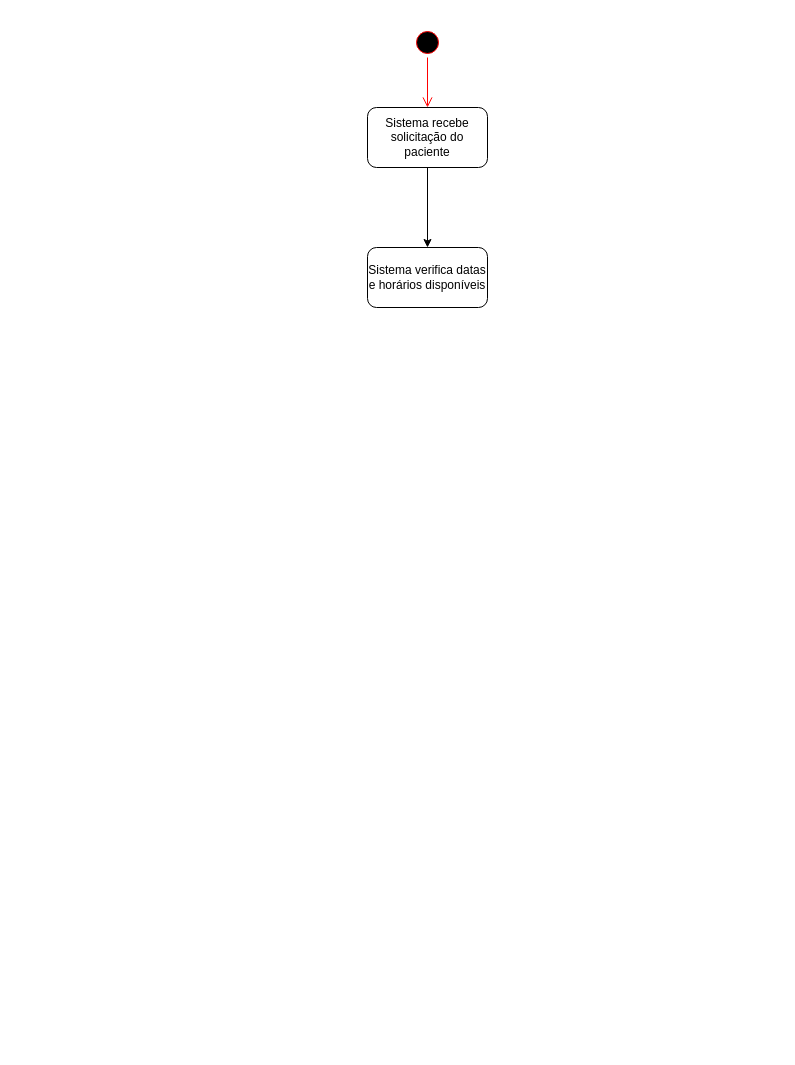
The draw.io diagram page "Atividades" (1 of 4) of Prova N2.drawio in Guilherme-Domingos/Draw.io, before the edit. Source tidied: cells renumbered, new cells numbered last; positions are measured from the earlier drawing's top-left corner, leaving out a move shared by most shapes. Both pictures are drawn from the tidied source at 100%, with x=0, y=0 at pixel (367, 27).
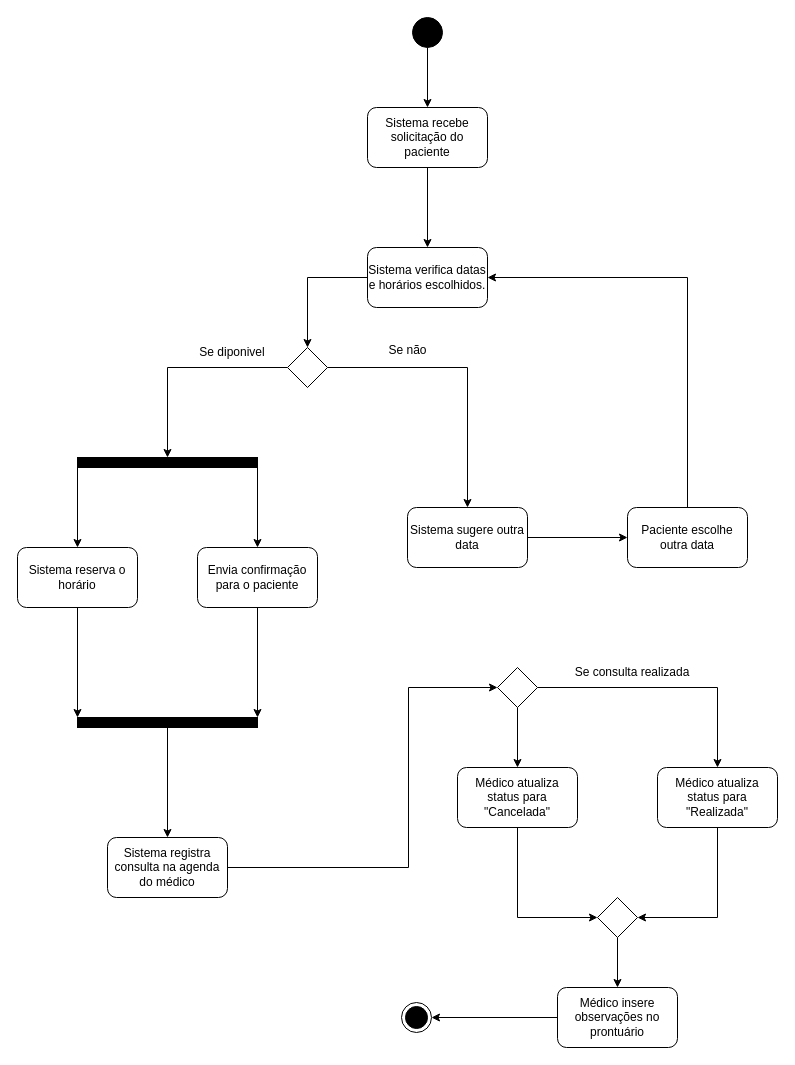
The same diagram, later.

Unchanged cells that the change refers to:
```xml
<mxCell id="5" value="Sistema recebe solicitação do paciente" style="rounded=1;whiteSpace=wrap;html=1;" parent="1" vertex="1">
  <mxGeometry y="80" width="120" height="60" as="geometry" />
</mxCell>
```

Diff of the diagram source:
```diff
@@
-    <mxCell id="2" style="ellipse;html=1;shape=startState;fillColor=#000000;strokeColor=#ff0000;" parent="1" vertex="1">
-      <mxGeometry x="45" width="30" height="30" as="geometry" />
-    </mxCell>
-    <mxCell id="3" style="edgeStyle=orthogonalEdgeStyle;html=1;verticalAlign=bottom;endArrow=open;endSize=8;strokeColor=#ff0000;rounded=0;" parent="1" edge="1" source="2" target="5">
-      <mxGeometry relative="1" as="geometry" />
-    </mxCell>
@@
+    <mxCell id="7" style="edgeStyle=orthogonalEdgeStyle;rounded=0;jettySize=auto;html=1;entryX=0.5;entryY=0;entryDx=0;entryDy=0;" parent="1" edge="1" source="6" target="10">
+      <mxGeometry relative="1" as="geometry" />
+    </mxCell>
-    <mxCell id="6" value="Sistema verifica datas e horários disponíveis" style="rounded=1;whiteSpace=wrap;html=1;" parent="1" vertex="1">
+    <mxCell id="6" value="Sistema verifica datas e horários escolhidos." style="rounded=1;whiteSpace=wrap;html=1;" parent="1" vertex="1">
       <mxGeometry y="220" width="120" height="60" as="geometry" />
     </mxCell>
+    <mxCell id="8" style="edgeStyle=orthogonalEdgeStyle;rounded=0;jettySize=auto;html=1;exitX=0;exitY=0.5;exitDx=0;exitDy=0;" parent="1" edge="1" source="10" target="19">
+      <mxGeometry relative="1" as="geometry" />
+    </mxCell>
+    <mxCell id="9" style="edgeStyle=orthogonalEdgeStyle;rounded=0;jettySize=auto;html=1;entryX=0.5;entryY=0;entryDx=0;entryDy=0;" parent="1" edge="1" source="10" target="13">
+      <mxGeometry relative="1" as="geometry" />
+    </mxCell>
+    <mxCell id="10" style="rhombus;whiteSpace=wrap;html=1;" parent="1" vertex="1">
+      <mxGeometry x="-80" y="320" width="40" height="40" as="geometry" />
+    </mxCell>
+    <mxCell id="11" value="Se diponivel" style="text;html=1;align=center;verticalAlign=middle;whiteSpace=wrap;rounded=0;" parent="1" vertex="1">
+      <mxGeometry x="-180" y="310" width="90" height="30" as="geometry" />
+    </mxCell>
+    <mxCell id="12" style="edgeStyle=orthogonalEdgeStyle;rounded=0;jettySize=auto;html=1;exitX=1;exitY=0.5;exitDx=0;exitDy=0;entryX=0;entryY=0.5;entryDx=0;entryDy=0;" parent="1" edge="1" source="13" target="28">
+      <mxGeometry relative="1" as="geometry" />
+    </mxCell>
+    <mxCell id="13" value="Sistema sugere outra data" style="rounded=1;whiteSpace=wrap;html=1;" parent="1" vertex="1">
+      <mxGeometry x="40" y="480" width="120" height="60" as="geometry" />
+    </mxCell>
+    <mxCell id="14" style="edgeStyle=orthogonalEdgeStyle;rounded=0;jettySize=auto;html=1;exitX=1;exitY=0.5;exitDx=0;exitDy=0;entryX=0;entryY=0.5;entryDx=0;entryDy=0;" parent="1" edge="1" source="15" target="31">
+      <mxGeometry relative="1" as="geometry">
+        <Array as="points">
+          <mxPoint x="41" y="840" />
+          <mxPoint x="41" y="660" />
+        </Array>
+      </mxGeometry>
+    </mxCell>
+    <mxCell id="15" value="Sistema registra consulta na agenda do médico" style="rounded=1;whiteSpace=wrap;html=1;" parent="1" vertex="1">
+      <mxGeometry x="-260" y="810" width="120" height="60" as="geometry" />
+    </mxCell>
+    <mxCell id="16" style="group;" parent="1" vertex="1">
+      <mxGeometry x="-350" y="430" width="300" height="270" as="geometry" />
+    </mxCell>
+    <mxCell id="17" style="edgeStyle=orthogonalEdgeStyle;rounded=0;jettySize=auto;html=1;exitX=0;exitY=1;exitDx=0;exitDy=0;" parent="16" edge="1" source="19" target="21">
+      <mxGeometry relative="1" as="geometry" />
+    </mxCell>
+    <mxCell id="18" style="edgeStyle=orthogonalEdgeStyle;rounded=0;jettySize=auto;html=1;exitX=1;exitY=1;exitDx=0;exitDy=0;entryX=0.5;entryY=0;entryDx=0;entryDy=0;" parent="16" edge="1" source="19" target="23">
+      <mxGeometry relative="1" as="geometry" />
+    </mxCell>
+    <mxCell id="19" style="rounded=0;whiteSpace=wrap;html=1;fillColor=#000000;" parent="16" vertex="1">
+      <mxGeometry x="60" width="180" height="10" as="geometry" />
+    </mxCell>
+    <mxCell id="20" style="edgeStyle=orthogonalEdgeStyle;rounded=0;jettySize=auto;html=1;entryX=0;entryY=0;entryDx=0;entryDy=0;" parent="16" edge="1" source="21" target="24">
+      <mxGeometry relative="1" as="geometry" />
+    </mxCell>
+    <mxCell id="21" value="Sistema reserva o horário" style="rounded=1;whiteSpace=wrap;html=1;" parent="16" vertex="1">
+      <mxGeometry y="90" width="120" height="60" as="geometry" />
+    </mxCell>
+    <mxCell id="22" style="edgeStyle=orthogonalEdgeStyle;rounded=0;jettySize=auto;html=1;entryX=1;entryY=0;entryDx=0;entryDy=0;" parent="16" edge="1" source="23" target="24">
+      <mxGeometry relative="1" as="geometry" />
+    </mxCell>
+    <mxCell id="23" value="Envia confirmação para o paciente" style="rounded=1;whiteSpace=wrap;html=1;" parent="16" vertex="1">
+      <mxGeometry x="180" y="90" width="120" height="60" as="geometry" />
+    </mxCell>
+    <mxCell id="24" style="rounded=0;whiteSpace=wrap;html=1;fillColor=#000000;" parent="16" vertex="1">
+      <mxGeometry x="60" y="260" width="180" height="10" as="geometry" />
+    </mxCell>
+    <mxCell id="25" style="edgeStyle=orthogonalEdgeStyle;rounded=0;jettySize=auto;html=1;exitX=0.5;exitY=1;exitDx=0;exitDy=0;entryX=0.5;entryY=0;entryDx=0;entryDy=0;" parent="1" edge="1" source="24" target="15">
+      <mxGeometry relative="1" as="geometry" />
+    </mxCell>
+    <mxCell id="26" value="Se não" style="text;html=1;align=center;verticalAlign=middle;strokeColor=none;fillColor=none;" parent="1" vertex="1">
+      <mxGeometry x="10" y="308" width="60" height="30" as="geometry" />
+    </mxCell>
+    <mxCell id="27" style="edgeStyle=orthogonalEdgeStyle;rounded=0;jettySize=auto;html=1;entryX=1;entryY=0.5;entryDx=0;entryDy=0;" parent="1" edge="1" source="28" target="6">
+      <mxGeometry relative="1" as="geometry">
+        <Array as="points">
+          <mxPoint x="320" y="250" />
+        </Array>
+      </mxGeometry>
+    </mxCell>
+    <mxCell id="28" value="Paciente escolhe outra data" style="rounded=1;whiteSpace=wrap;html=1;" parent="1" vertex="1">
+      <mxGeometry x="260" y="480" width="120" height="60" as="geometry" />
+    </mxCell>
+    <mxCell id="29" style="edgeStyle=orthogonalEdgeStyle;rounded=0;jettySize=auto;html=1;exitX=1;exitY=0.5;exitDx=0;exitDy=0;" parent="1" edge="1" source="31" target="33">
+      <mxGeometry relative="1" as="geometry" />
+    </mxCell>
+    <mxCell id="30" style="edgeStyle=orthogonalEdgeStyle;rounded=0;jettySize=auto;html=1;" parent="1" edge="1" source="31" target="36">
+      <mxGeometry relative="1" as="geometry" />
+    </mxCell>
+    <mxCell id="31" style="rhombus;whiteSpace=wrap;html=1;" parent="1" vertex="1">
+      <mxGeometry x="130" y="640" width="40" height="40" as="geometry" />
+    </mxCell>
+    <mxCell id="32" style="edgeStyle=orthogonalEdgeStyle;rounded=0;jettySize=auto;html=1;exitX=0.5;exitY=1;exitDx=0;exitDy=0;entryX=1;entryY=0.5;entryDx=0;entryDy=0;" parent="1" edge="1" source="33" target="38">
+      <mxGeometry relative="1" as="geometry" />
+    </mxCell>
+    <mxCell id="33" value="Médico atualiza status para &quot;Realizada&quot;" style="rounded=1;whiteSpace=wrap;html=1;" parent="1" vertex="1">
+      <mxGeometry x="290" y="740" width="120" height="60" as="geometry" />
+    </mxCell>
+    <mxCell id="34" value="Se consulta realizada" style="text;html=1;align=center;verticalAlign=middle;whiteSpace=wrap;rounded=0;" parent="1" vertex="1">
+      <mxGeometry x="190" y="630" width="150" height="30" as="geometry" />
+    </mxCell>
+    <mxCell id="35" style="edgeStyle=orthogonalEdgeStyle;rounded=0;jettySize=auto;html=1;exitX=0.5;exitY=1;exitDx=0;exitDy=0;entryX=0;entryY=0.5;entryDx=0;entryDy=0;" parent="1" edge="1" source="36" target="38">
+      <mxGeometry relative="1" as="geometry" />
+    </mxCell>
+    <mxCell id="36" value="Médico atualiza status para &quot;Cancelada&quot;" style="rounded=1;whiteSpace=wrap;html=1;" parent="1" vertex="1">
+      <mxGeometry x="90" y="740" width="120" height="60" as="geometry" />
+    </mxCell>
+    <mxCell id="37" style="edgeStyle=orthogonalEdgeStyle;rounded=0;jettySize=auto;html=1;exitX=0.5;exitY=1;exitDx=0;exitDy=0;entryX=0.5;entryY=0;entryDx=0;entryDy=0;" parent="1" edge="1" source="38" target="40">
+      <mxGeometry relative="1" as="geometry" />
+    </mxCell>
+    <mxCell id="38" style="rhombus;whiteSpace=wrap;html=1;" parent="1" vertex="1">
+      <mxGeometry x="230" y="870" width="40" height="40" as="geometry" />
+    </mxCell>
+    <mxCell id="39" style="edgeStyle=orthogonalEdgeStyle;rounded=0;jettySize=auto;html=1;exitX=0;exitY=0.5;exitDx=0;exitDy=0;entryX=1;entryY=0.5;entryDx=0;entryDy=0;" parent="1" edge="1" source="40" target="41">
+      <mxGeometry relative="1" as="geometry" />
+    </mxCell>
+    <mxCell id="40" value="Médico insere observações no prontuário" style="rounded=1;whiteSpace=wrap;html=1;" parent="1" vertex="1">
+      <mxGeometry x="190" y="960" width="120" height="60" as="geometry" />
+    </mxCell>
+    <mxCell id="41" style="ellipse;html=1;shape=endState;fillColor=strokeColor;" parent="1" vertex="1">
+      <mxGeometry x="34" y="975" width="30" height="30" as="geometry" />
+    </mxCell>
+    <mxCell id="42" style="edgeStyle=orthogonalEdgeStyle;rounded=0;jettySize=auto;html=1;exitX=0.5;exitY=1;exitDx=0;exitDy=0;" parent="1" edge="1" source="43" target="5">
+      <mxGeometry relative="1" as="geometry" />
+    </mxCell>
+    <mxCell id="43" style="ellipse;fillColor=strokeColor;html=1;" parent="1" vertex="1">
+      <mxGeometry x="45" y="-10" width="30" height="30" as="geometry" />
+    </mxCell>
```
